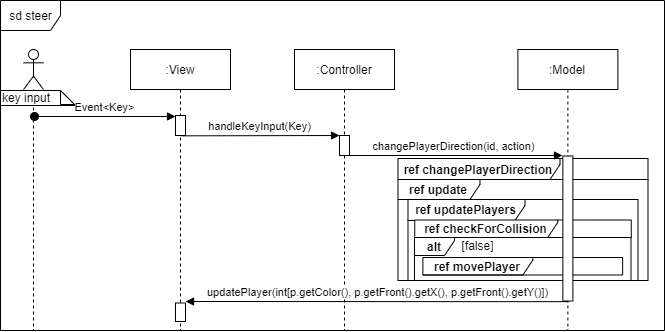
Before: Doku/images/SD_UC4Steer.png, a diagram exported from draw.io (KjellooMelloo/gameoftrons). Source tidied: cells renumbered, new cells last; positions are measured from the earlier drawing's top-left corner, leaving out a move shared by most shapes.
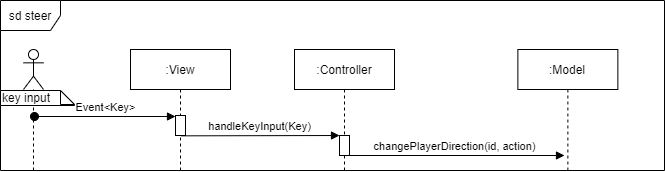
Above is the later version.

Change to the diagram source:
```diff
@@ -3,74 +3,41 @@
     <mxCell id="0" />
     <mxCell id="1" parent="0" />
     <mxCell id="2" value="sd steer" style="shape=umlFrame;whiteSpace=wrap;html=1;fillColor=#ffffff;" parent="1" vertex="1">
-      <mxGeometry width="664" height="330" as="geometry" />
+      <mxGeometry width="664" height="170" as="geometry" />
     </mxCell>
-    <mxCell id="3" value="&lt;b&gt;ref movePlayer&lt;/b&gt;" style="shape=umlFrame;whiteSpace=wrap;html=1;fillColor=#ffffff;width=110;height=21;" parent="1" vertex="1">
-      <mxGeometry x="422.4" y="257" width="199.8" height="17.5" as="geometry" />
+    <mxCell id="3" value=":Model" style="shape=umlLifeline;perimeter=lifelinePerimeter;whiteSpace=wrap;html=1;" parent="1" vertex="1">
+      <mxGeometry x="517.4" y="49" width="100" height="121" as="geometry" />
     </mxCell>
-    <mxCell id="4" value="&lt;b&gt;ref changePlayerDirection&lt;/b&gt;" style="shape=umlFrame;whiteSpace=wrap;html=1;fillColor=#ffffff;width=162;height=21;" parent="1" vertex="1">
-      <mxGeometry x="397.5" y="158" width="250" height="21" as="geometry" />
+    <mxCell id="4" value=":View" style="shape=umlLifeline;perimeter=lifelinePerimeter;whiteSpace=wrap;html=1;" parent="1" vertex="1">
+      <mxGeometry x="130" y="49" width="100" height="121" as="geometry" />
     </mxCell>
-    <mxCell id="5" value="&lt;b&gt;ref update&lt;/b&gt;" style="shape=umlFrame;whiteSpace=wrap;html=1;fillColor=#ffffff;width=82;height=20;" parent="1" vertex="1">
-      <mxGeometry x="397.5" y="179" width="250" height="101" as="geometry" />
+    <mxCell id="5" style="html=1;points=[];perimeter=orthogonalPerimeter;" parent="4" vertex="1">
+      <mxGeometry x="45" y="66" width="10" height="20" as="geometry" />
     </mxCell>
-    <mxCell id="6" value="&lt;b&gt;ref updatePlayers&lt;/b&gt;" style="shape=umlFrame;whiteSpace=wrap;html=1;fillColor=#ffffff;width=117;height=21;" parent="1" vertex="1">
-      <mxGeometry x="407.5" y="199" width="230" height="81" as="geometry" />
+    <mxCell id="6" style="shape=umlLifeline;participant=umlActor;perimeter=lifelinePerimeter;whiteSpace=wrap;html=1;verticalAlign=top;spacingTop=36;labelBackgroundColor=#ffffff;" parent="1" vertex="1">
+      <mxGeometry x="23" y="49" width="20" height="121" as="geometry" />
     </mxCell>
-    <mxCell id="7" value="&lt;b&gt;ref checkForCollision&lt;/b&gt;" style="shape=umlFrame;whiteSpace=wrap;html=1;fillColor=#ffffff;width=143;height=18;" parent="1" vertex="1">
-      <mxGeometry x="414.2" y="219.5" width="216.5" height="17.5" as="geometry" />
+    <mxCell id="7" value=":Controller" style="shape=umlLifeline;perimeter=lifelinePerimeter;whiteSpace=wrap;html=1;outlineConnect=0;" parent="1" vertex="1">
+      <mxGeometry x="294" y="49" width="100" height="121" as="geometry" />
     </mxCell>
-    <mxCell id="8" value="&lt;b&gt;alt&lt;/b&gt;" style="shape=umlFrame;whiteSpace=wrap;html=1;fillColor=#ffffff;width=40;height=18;" parent="1" vertex="1">
-      <mxGeometry x="414" y="237" width="216.5" height="43" as="geometry" />
+    <mxCell id="8" style="html=1;points=[];perimeter=orthogonalPerimeter;" parent="7" vertex="1">
+      <mxGeometry x="45" y="86" width="10" height="20" as="geometry" />
     </mxCell>
-    <mxCell id="9" value=":Model" style="shape=umlLifeline;perimeter=lifelinePerimeter;whiteSpace=wrap;html=1;" parent="1" vertex="1">
-      <mxGeometry x="517.4" y="49" width="100" height="281" as="geometry" />
+    <mxCell id="9" value="key input" style="shape=note;whiteSpace=wrap;html=1;size=14;verticalAlign=top;align=left;spacingTop=-6;" parent="1" vertex="1">
+      <mxGeometry y="90" width="74" height="15" as="geometry" />
     </mxCell>
-    <mxCell id="10" style="html=1;perimeter=orthogonalPerimeter;" parent="1" vertex="1">
-      <mxGeometry x="562.4" y="155.5" width="10" height="145" as="geometry" />
+    <mxCell id="10" value="Event&amp;lt;Key&amp;gt;" style="html=1;verticalAlign=bottom;startArrow=oval;endArrow=block;startSize=8;" parent="1" edge="1" target="5">
+      <mxGeometry relative="1" as="geometry">
+        <mxPoint x="34" y="116" as="sourcePoint" />
+      </mxGeometry>
     </mxCell>
-    <mxCell id="11" value=":View" style="shape=umlLifeline;perimeter=lifelinePerimeter;whiteSpace=wrap;html=1;" parent="1" vertex="1">
-      <mxGeometry x="130" y="49" width="100" height="281" as="geometry" />
+    <mxCell id="11" value="handleKeyInput(Key)" style="html=1;verticalAlign=bottom;endArrow=block;entryX=0;entryY=0;exitX=0.567;exitY=1.017;exitDx=0;exitDy=0;exitPerimeter=0;" parent="1" edge="1" source="5" target="8">
+      <mxGeometry relative="1" as="geometry" />
     </mxCell>
-    <mxCell id="12" style="html=1;points=[];perimeter=orthogonalPerimeter;" parent="11" vertex="1">
-      <mxGeometry x="45" y="66" width="10" height="20" as="geometry" />
+    <mxCell id="12" value="changePlayerDirection(id, action)" style="html=1;verticalAlign=bottom;endArrow=block;" parent="1" edge="1" source="7">
+      <mxGeometry relative="1" as="geometry">
+        <mxPoint x="564" y="155" as="targetPoint" />
+      </mxGeometry>
     </mxCell>
-    <mxCell id="13" style="shape=umlLifeline;participant=umlActor;perimeter=lifelinePerimeter;whiteSpace=wrap;html=1;verticalAlign=top;spacingTop=36;labelBackgroundColor=#ffffff;" parent="1" vertex="1">
-      <mxGeometry x="23" y="49" width="20" height="281" as="geometry" />
-    </mxCell>
-    <mxCell id="14" value=":Controller" style="shape=umlLifeline;perimeter=lifelinePerimeter;whiteSpace=wrap;html=1;outlineConnect=0;" parent="1" vertex="1">
-      <mxGeometry x="294" y="49" width="100" height="281" as="geometry" />
-    </mxCell>
-    <mxCell id="15" style="html=1;points=[];perimeter=orthogonalPerimeter;" parent="14" vertex="1">
-      <mxGeometry x="45" y="86" width="10" height="20" as="geometry" />
-    </mxCell>
-    <mxCell id="16" value="key input" style="shape=note;whiteSpace=wrap;html=1;size=14;verticalAlign=top;align=left;spacingTop=-6;" parent="1" vertex="1">
-      <mxGeometry y="90" width="74" height="15" as="geometry" />
-    </mxCell>
-    <mxCell id="17" value="Event&amp;lt;Key&amp;gt;" style="html=1;verticalAlign=bottom;startArrow=oval;endArrow=block;startSize=8;" parent="1" edge="1" target="12">
-      <mxGeometry relative="1" as="geometry">
-        <mxPoint x="34" y="116" as="sourcePoint" />
-      </mxGeometry>
-    </mxCell>
-    <mxCell id="18" value="handleKeyInput(Key)" style="html=1;verticalAlign=bottom;endArrow=block;entryX=0;entryY=0;exitX=0.567;exitY=1.017;exitDx=0;exitDy=0;exitPerimeter=0;" parent="1" edge="1" source="12" target="15">
-      <mxGeometry relative="1" as="geometry" />
-    </mxCell>
-    <mxCell id="19" value="changePlayerDirection(id, action)" style="html=1;verticalAlign=bottom;endArrow=block;entryX=0;entryY=0;" parent="1" edge="1" source="14">
-      <mxGeometry relative="1" as="geometry">
-        <mxPoint x="562" y="155" as="targetPoint" />
-      </mxGeometry>
-    </mxCell>
-    <mxCell id="20" style="html=1;perimeter=orthogonalPerimeter;" parent="1" vertex="1">
-      <mxGeometry x="175" y="302.5" width="10" height="18.5" as="geometry" />
-    </mxCell>
-    <mxCell id="21" value="updatePlayer(int[p.getColor(), p.getFront().getX(), p.getFront().getY()])" style="html=1;verticalAlign=bottom;endArrow=none;startArrow=block;startFill=1;endFill=0;" parent="1" edge="1">
-      <mxGeometry relative="1" as="geometry">
-        <mxPoint x="185.1" y="301" as="sourcePoint" />
-        <mxPoint x="567.9" y="301.2" as="targetPoint" />
-      </mxGeometry>
-    </mxCell>
-    <mxCell id="22" value="[false]" style="text;html=1;align=center;verticalAlign=middle;" parent="1" vertex="1">
-      <mxGeometry x="452" y="234.5" width="50" height="20" as="geometry" />
-    </mxCell>
   </root>
 </mxGraphModel>
```
